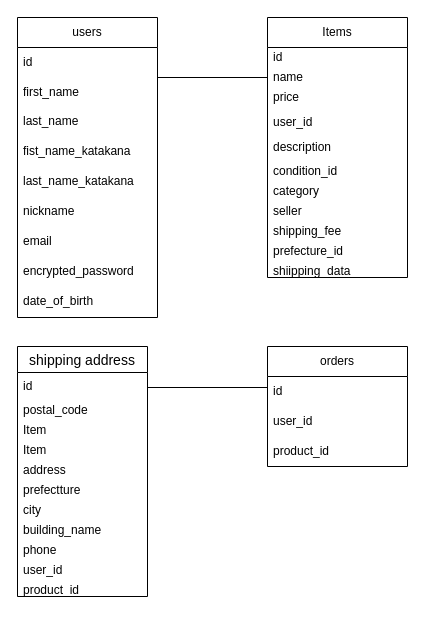
Before: test.dio in yusukenemoto12345/furima39956_2, a draw.io diagram. Source tidied: cells renumbered, new cells numbered last; positions are measured from the earlier drawing's top-left corner, leaving out a move shared by most shapes. Both pictures are drawn from the tidied source at 100%, with x=0, y=0 at pixel (17, 17).
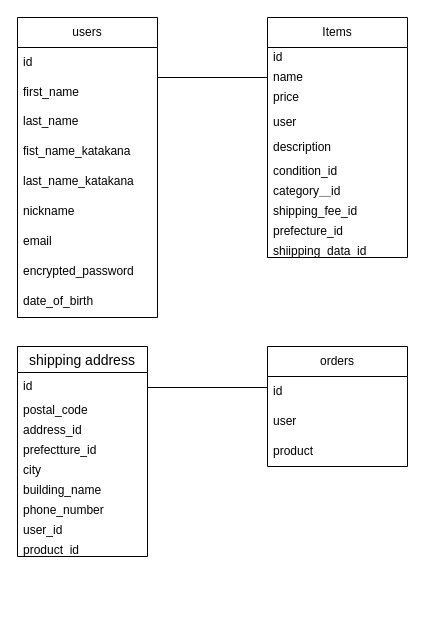
The same page after the edit.

Commit message (it also covers changes not shown here):
データベース設計７

Unchanged cells that the change refers to:
```xml
<mxCell id="24" value="orders" style="swimlane;fontStyle=0;horizontal=1;startSize=30;whiteSpace=wrap;html=1;" parent="1" vertex="1">
  <mxGeometry x="250" y="329" width="140" height="120" as="geometry" />
</mxCell>
```

What changed in the source:
```diff
@@
     <mxCell id="2" value="Items" style="swimlane;fontStyle=0;horizontal=1;startSize=30;whiteSpace=wrap;html=1;" parent="1" vertex="1">
-      <mxGeometry x="250" width="140" height="260" as="geometry" />
+      <mxGeometry x="250" width="140" height="240" as="geometry" />
     </mxCell>
@@
-    <mxCell id="6" value="user_id" style="text;strokeColor=none;fillColor=none;align=left;verticalAlign=middle;spacingLeft=4;spacingRight=4;overflow=hidden;whiteSpace=wrap;html=1;" parent="2" vertex="1">
+    <mxCell id="6" value="user" style="text;strokeColor=none;fillColor=none;align=left;verticalAlign=middle;spacingLeft=4;spacingRight=4;overflow=hidden;whiteSpace=wrap;html=1;" parent="2" vertex="1">
       <mxGeometry y="90" width="140" height="30" as="geometry" />
     </mxCell>
@@
-    <mxCell id="9" value="category" style="text;strokeColor=none;fillColor=none;spacingLeft=4;spacingRight=4;overflow=hidden;fontSize=12;" parent="2" vertex="1">
+    <mxCell id="9" value="category＿id" style="text;strokeColor=none;fillColor=none;spacingLeft=4;spacingRight=4;overflow=hidden;fontSize=12;" parent="2" vertex="1">
       <mxGeometry y="160" width="140" height="20" as="geometry" />
     </mxCell>
-    <mxCell id="10" value="seller" style="text;strokeColor=none;fillColor=none;spacingLeft=4;spacingRight=4;overflow=hidden;fontSize=12;" parent="2" vertex="1">
-      <mxGeometry y="180" width="140" height="20" as="geometry" />
-    </mxCell>
-    <mxCell id="11" value="shipping_fee" style="text;strokeColor=none;fillColor=none;spacingLeft=4;spacingRight=4;overflow=hidden;fontSize=12;" parent="2" vertex="1">
-      <mxGeometry y="200" width="140" height="20" as="geometry" />
+    <mxCell id="11" value="shipping_fee_id&#10;" style="text;strokeColor=none;fillColor=none;spacingLeft=4;spacingRight=4;overflow=hidden;fontSize=12;" parent="2" vertex="1">
+      <mxGeometry y="180" width="140" height="20" as="geometry" />
     </mxCell>
     <mxCell id="12" value="prefecture_id" style="text;strokeColor=none;fillColor=none;spacingLeft=4;spacingRight=4;overflow=hidden;fontSize=12;" parent="2" vertex="1">
-      <mxGeometry y="220" width="140" height="20" as="geometry" />
+      <mxGeometry y="200" width="140" height="20" as="geometry" />
     </mxCell>
-    <mxCell id="13" value="shiipping_data" style="text;strokeColor=none;fillColor=none;spacingLeft=4;spacingRight=4;overflow=hidden;fontSize=12;" parent="2" vertex="1">
-      <mxGeometry y="240" width="140" height="20" as="geometry" />
+    <mxCell id="13" value="shiipping_data_id" style="text;strokeColor=none;fillColor=none;spacingLeft=4;spacingRight=4;overflow=hidden;fontSize=12;" parent="2" vertex="1">
+      <mxGeometry y="220" width="140" height="20" as="geometry" />
     </mxCell>
@@
-    <mxCell id="26" value="user_id" style="text;strokeColor=none;fillColor=none;align=left;verticalAlign=middle;spacingLeft=4;spacingRight=4;overflow=hidden;whiteSpace=wrap;html=1;" parent="24" vertex="1">
+    <mxCell id="26" value="user" style="text;strokeColor=none;fillColor=none;align=left;verticalAlign=middle;spacingLeft=4;spacingRight=4;overflow=hidden;whiteSpace=wrap;html=1;" parent="24" vertex="1">
       <mxGeometry y="60" width="140" height="30" as="geometry" />
     </mxCell>
-    <mxCell id="27" value="product_id" style="text;strokeColor=none;fillColor=none;align=left;verticalAlign=middle;spacingLeft=4;spacingRight=4;overflow=hidden;whiteSpace=wrap;html=1;" parent="24" vertex="1">
+    <mxCell id="27" value="product" style="text;strokeColor=none;fillColor=none;align=left;verticalAlign=middle;spacingLeft=4;spacingRight=4;overflow=hidden;whiteSpace=wrap;html=1;" parent="24" vertex="1">
       <mxGeometry y="90" width="140" height="30" as="geometry" />
     </mxCell>
     <mxCell id="28" value="shipping address" style="swimlane;fontStyle=0;horizontal=1;startSize=26;align=center;fontSize=14;" parent="1" vertex="1">
-      <mxGeometry y="329" width="130" height="250" as="geometry" />
+      <mxGeometry y="329" width="130" height="210" as="geometry" />
     </mxCell>
@@
-    <mxCell id="31" value="Item" style="text;strokeColor=none;fillColor=none;spacingLeft=4;spacingRight=4;overflow=hidden;fontSize=12;" parent="28" vertex="1">
-      <mxGeometry y="70" width="130" height="20" as="geometry" />
-    </mxCell>
-    <mxCell id="32" value="Item" style="text;strokeColor=none;fillColor=none;spacingLeft=4;spacingRight=4;overflow=hidden;fontSize=12;" parent="28" vertex="1">
-      <mxGeometry y="90" width="130" height="20" as="geometry" />
-    </mxCell>
-    <mxCell id="33" value="address" style="text;strokeColor=none;fillColor=none;spacingLeft=4;spacingRight=4;overflow=hidden;fontSize=12;" parent="28" vertex="1">
-      <mxGeometry y="110" width="130" height="20" as="geometry" />
+    <mxCell id="33" value="address_id" style="text;strokeColor=none;fillColor=none;spacingLeft=4;spacingRight=4;overflow=hidden;fontSize=12;" parent="28" vertex="1">
+      <mxGeometry y="70" width="130" height="20" as="geometry" />
     </mxCell>
-    <mxCell id="34" value="prefectture" style="text;strokeColor=none;fillColor=none;spacingLeft=4;spacingRight=4;overflow=hidden;fontSize=12;" parent="28" vertex="1">
-      <mxGeometry y="130" width="130" height="20" as="geometry" />
+    <mxCell id="34" value="prefectture_id" style="text;strokeColor=none;fillColor=none;spacingLeft=4;spacingRight=4;overflow=hidden;fontSize=12;" parent="28" vertex="1">
+      <mxGeometry y="90" width="130" height="20" as="geometry" />
     </mxCell>
     <mxCell id="35" value="city" style="text;strokeColor=none;fillColor=none;spacingLeft=4;spacingRight=4;overflow=hidden;fontSize=12;" parent="28" vertex="1">
-      <mxGeometry y="150" width="130" height="20" as="geometry" />
+      <mxGeometry y="110" width="130" height="20" as="geometry" />
     </mxCell>
     <mxCell id="36" value="building_name" style="text;strokeColor=none;fillColor=none;spacingLeft=4;spacingRight=4;overflow=hidden;fontSize=12;" parent="28" vertex="1">
-      <mxGeometry y="170" width="130" height="20" as="geometry" />
+      <mxGeometry y="130" width="130" height="20" as="geometry" />
     </mxCell>
-    <mxCell id="37" value="phone" style="text;strokeColor=none;fillColor=none;spacingLeft=4;spacingRight=4;overflow=hidden;fontSize=12;" parent="28" vertex="1">
-      <mxGeometry y="190" width="130" height="20" as="geometry" />
+    <mxCell id="37" value="phone_number" style="text;strokeColor=none;fillColor=none;spacingLeft=4;spacingRight=4;overflow=hidden;fontSize=12;" parent="28" vertex="1">
+      <mxGeometry y="150" width="130" height="20" as="geometry" />
     </mxCell>
     <mxCell id="38" value="user_id" style="text;strokeColor=none;fillColor=none;spacingLeft=4;spacingRight=4;overflow=hidden;fontSize=12;" parent="28" vertex="1">
-      <mxGeometry y="210" width="130" height="20" as="geometry" />
+      <mxGeometry y="170" width="130" height="20" as="geometry" />
     </mxCell>
     <mxCell id="39" value="product_id" style="text;strokeColor=none;fillColor=none;spacingLeft=4;spacingRight=4;overflow=hidden;fontSize=12;" parent="28" vertex="1">
-      <mxGeometry y="230" width="130" height="20" as="geometry" />
+      <mxGeometry y="190" width="130" height="20" as="geometry" />
     </mxCell>
```
